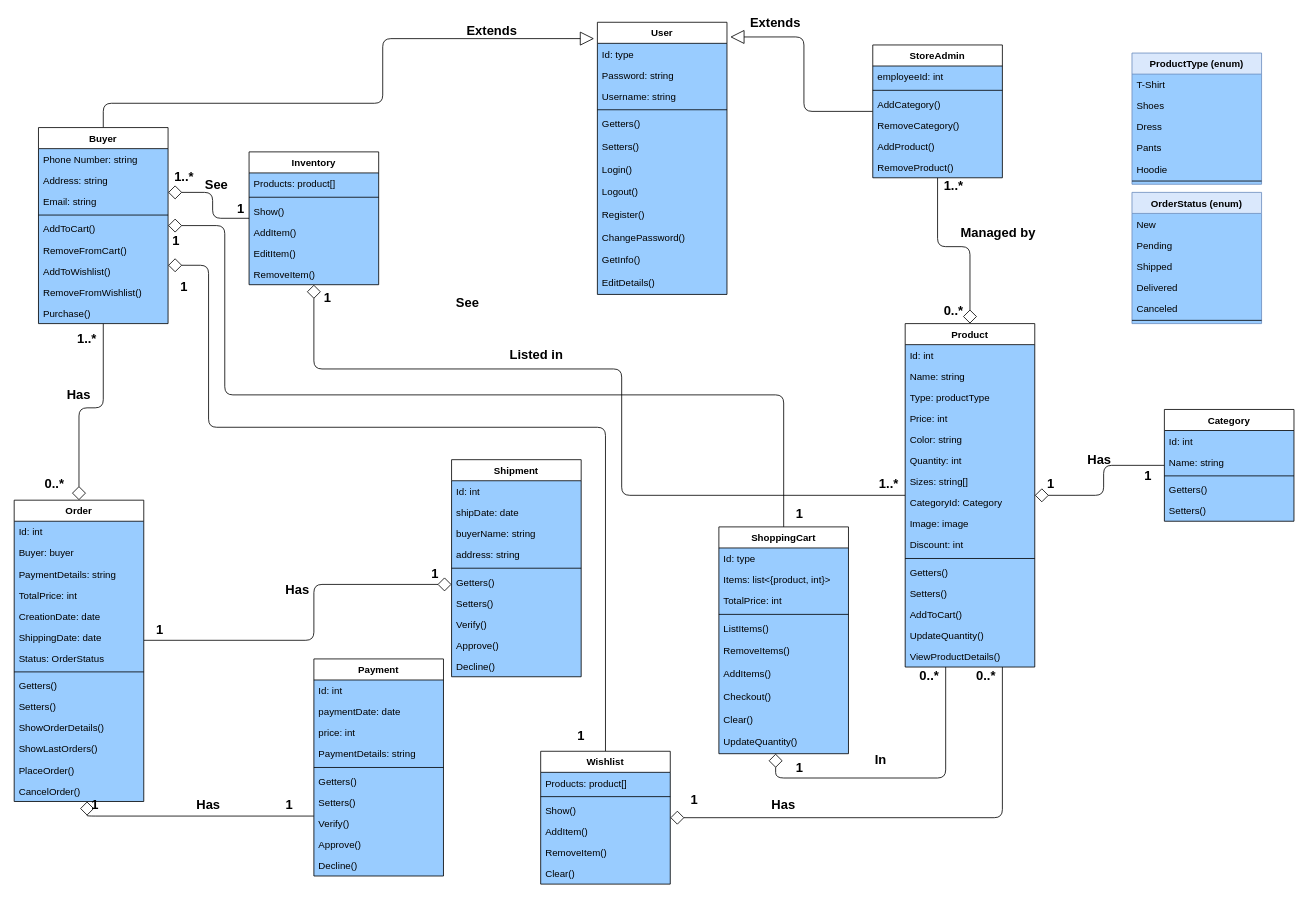
kokolight/EuroleagueAnalysis keeps this draw.io diagram as docs/ClassDiagram.drawio. Above is the earlier version. Source tidied: cells renumbered, new cells numbered last; positions are measured from the earlier drawing's top-left corner, leaving out a move shared by most shapes. Both pictures are drawn from the tidied source at 81%, with x=0, y=0 at pixel (14, 14).
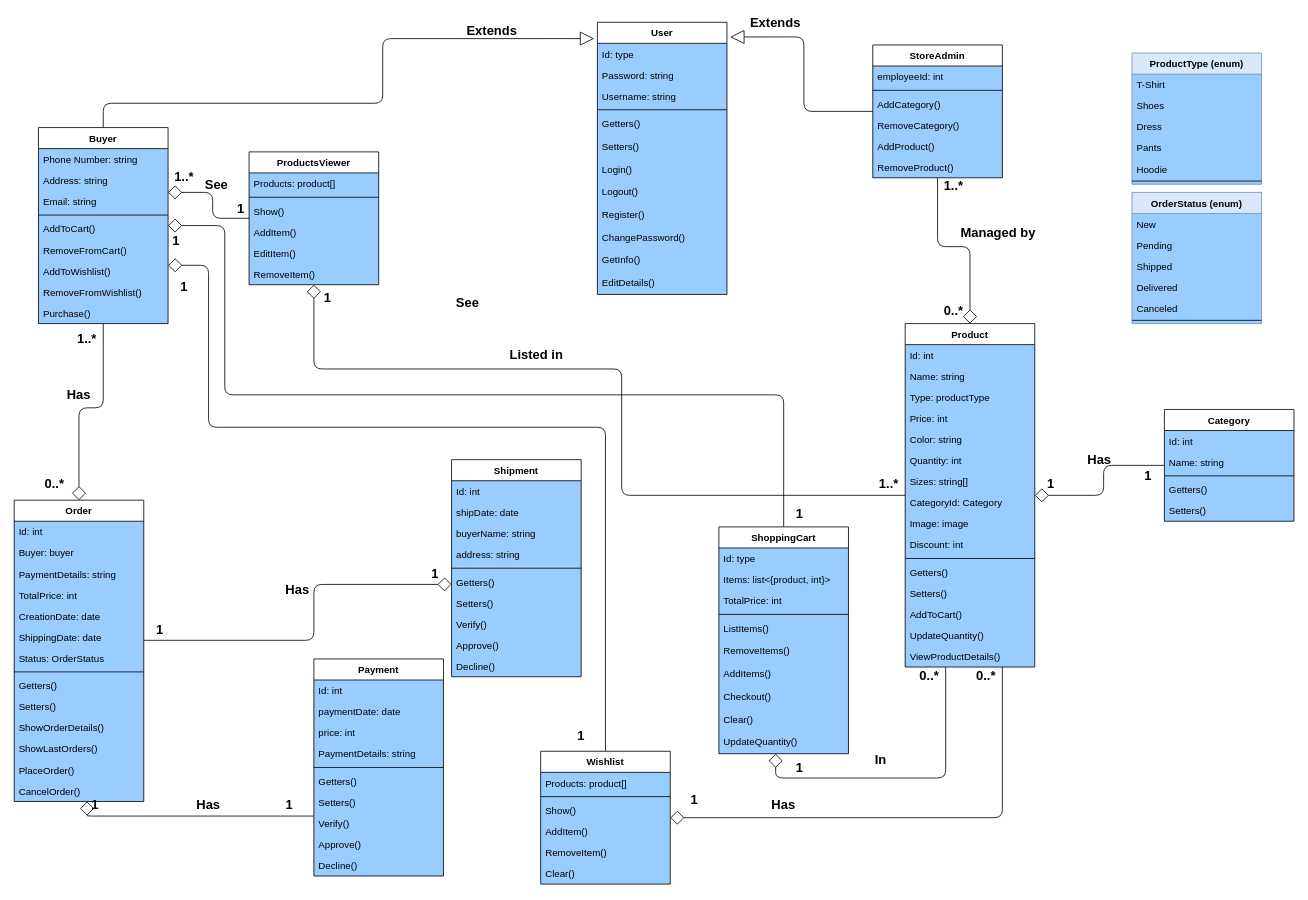
After the change.

Change to the diagram source:
```diff
@@
-    <mxCell id="15" value="Inventory" style="swimlane;fontStyle=1;align=center;verticalAlign=top;horizontal=1;startSize=26;fontSize=12;glass=0;swimlaneFillColor=#99CCFF;" parent="1" vertex="1">
+    <mxCell id="15" value="ProductsViewer" style="swimlane;fontStyle=1;align=center;verticalAlign=top;horizontal=1;startSize=26;fontSize=12;glass=0;swimlaneFillColor=#99CCFF;" parent="1" vertex="1">
       <mxGeometry x="290" y="170" width="160" height="164" as="geometry" />
     </mxCell>
```
